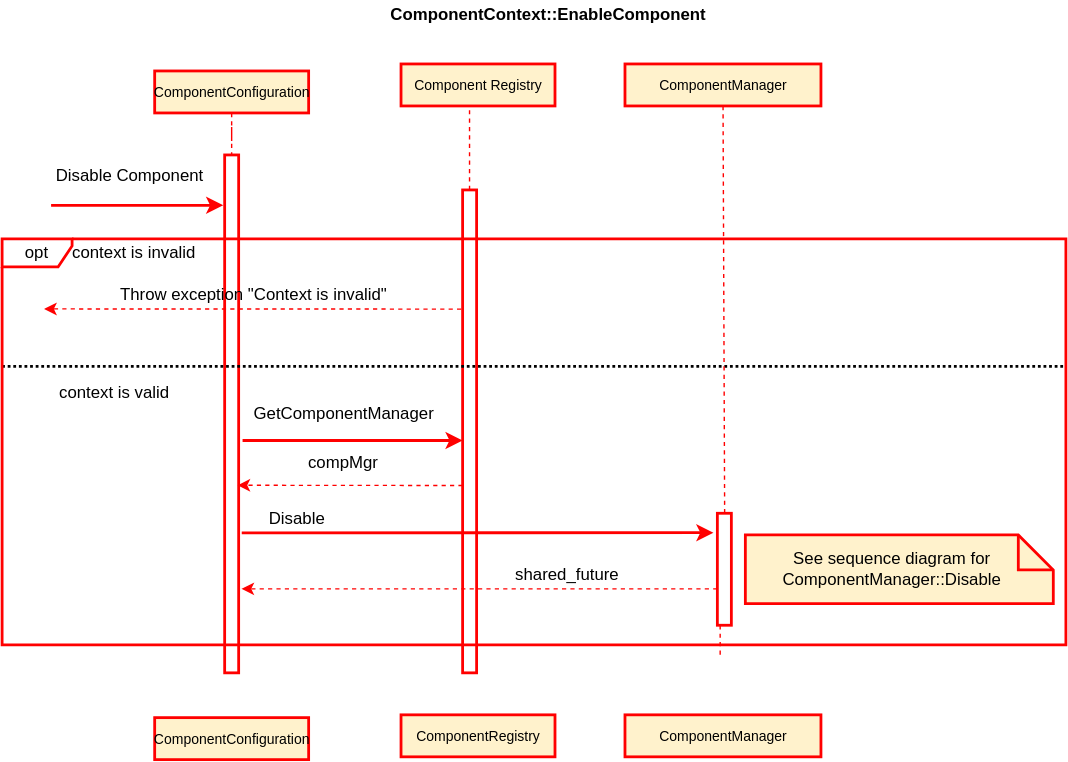
Earlier version of the draw.io export text/0003-declarative-services/ComponentContextDisableComponent.svg (CppMicroServices/rfcs). Source tidied: cells renumbered, new cells last; positions are measured from the earlier drawing's top-left corner, leaving out a move shared by most shapes. Its diagram source:
```xml
<mxGraphModel>
  <root>
    <mxCell id="0" />
    <mxCell id="1" parent="0" />
    <mxCell id="2" style="html=1;points=[];perimeter=orthogonalPerimeter;strokeWidth=2;strokeColor=#FF0000;" parent="1" vertex="1">
      <mxGeometry x="159" y="110" width="10" height="370" as="geometry" />
    </mxCell>
    <mxCell id="3" style="edgeStyle=orthogonalEdgeStyle;rounded=0;jettySize=auto;html=1;dashed=1;endArrow=none;endFill=0;strokeColor=#FF0000;strokeWidth=1;" parent="1" edge="1" source="4" target="2">
      <mxGeometry relative="1" as="geometry" />
    </mxCell>
    <mxCell id="4" value="&lt;span style=&quot;font-size: 10px&quot;&gt;ComponentConfiguration&lt;/span&gt;" style="html=1;strokeWidth=2;fillColor=#fff2cc;strokeColor=#FF0000;" parent="1" vertex="1">
      <mxGeometry x="109" y="50" width="110" height="30" as="geometry" />
    </mxCell>
    <mxCell id="5" value="&lt;font style=&quot;font-size: 12px&quot;&gt;&lt;b&gt;ComponentContext::EnableComponent&lt;br&gt;&lt;/b&gt;&lt;/font&gt;" style="text;html=1;align=center;verticalAlign=middle;fontSize=10;" parent="1" vertex="1">
      <mxGeometry x="270" width="240" height="20" as="geometry" />
    </mxCell>
    <mxCell id="6" value="&lt;font style=&quot;font-size: 10px&quot;&gt;Component Registry&lt;/font&gt;" style="html=1;strokeWidth=2;fontSize=10;fillColor=#fff2cc;strokeColor=#FF0000;" parent="1" vertex="1">
      <mxGeometry x="285" y="45" width="110" height="30" as="geometry" />
    </mxCell>
    <mxCell id="7" style="edgeStyle=none;rounded=0;jettySize=auto;html=1;dashed=1;startArrow=none;startFill=0;endArrow=none;endFill=0;strokeWidth=1;fontSize=10;strokeColor=#FF0000;" parent="1" edge="1" source="23">
      <mxGeometry relative="1" as="geometry">
        <mxPoint x="513" y="470" as="targetPoint" />
      </mxGeometry>
    </mxCell>
    <mxCell id="8" value="&lt;font style=&quot;font-size: 10px&quot;&gt;ComponentManager&lt;/font&gt;" style="html=1;strokeWidth=2;fontSize=10;fillColor=#fff2cc;strokeColor=#FF0000;" parent="1" vertex="1">
      <mxGeometry x="445" y="45" width="140" height="30" as="geometry" />
    </mxCell>
    <mxCell id="9" style="edgeStyle=orthogonalEdgeStyle;rounded=0;jettySize=auto;html=1;entryX=0.445;entryY=1;entryDx=0;entryDy=0;entryPerimeter=0;dashed=1;endArrow=none;endFill=0;strokeColor=#FF0000;strokeWidth=1;" parent="1" edge="1" target="6">
      <mxGeometry relative="1" as="geometry">
        <mxPoint x="334" y="225" as="sourcePoint" />
      </mxGeometry>
    </mxCell>
    <mxCell id="10" style="html=1;perimeter=orthogonalPerimeter;strokeWidth=2;strokeColor=#FF0000;" parent="1" vertex="1">
      <mxGeometry x="329" y="135" width="10" height="345" as="geometry" />
    </mxCell>
    <mxCell id="11" style="endArrow=classic;html=1;strokeColor=#FF0000;strokeWidth=2;" parent="1" edge="1">
      <mxGeometry relative="1" as="geometry">
        <mxPoint x="35" y="146" as="sourcePoint" />
        <mxPoint x="158" y="146" as="targetPoint" />
      </mxGeometry>
    </mxCell>
    <mxCell id="12" value="Disable Component" style="text;html=1;strokeColor=none;fillColor=none;align=center;verticalAlign=middle;whiteSpace=wrap;rounded=0;" parent="1" vertex="1">
      <mxGeometry x="33.5" y="115" width="115" height="20" as="geometry" />
    </mxCell>
    <mxCell id="13" style="endArrow=none;html=1;dashed=1;strokeWidth=2;dashPattern=1 1;" parent="1" edge="1">
      <mxGeometry relative="1" as="geometry">
        <mxPoint y="261" as="sourcePoint" />
        <mxPoint x="760" y="261" as="targetPoint" />
      </mxGeometry>
    </mxCell>
    <mxCell id="14" style="shape=note2;boundedLbl=1;whiteSpace=wrap;html=1;size=25;verticalAlign=top;align=center;strokeWidth=2;fillColor=#fff2cc;strokeColor=#FF0000;" parent="1" vertex="1">
      <mxGeometry x="531" y="381.5" width="220" height="49" as="geometry" />
    </mxCell>
    <mxCell id="15" value="See sequence diagram for ComponentManager::Disable" style="text;html=1;strokeColor=none;fillColor=none;align=center;verticalAlign=middle;whiteSpace=wrap;rounded=0;" parent="1" vertex="1">
      <mxGeometry x="551" y="396" width="170" height="20" as="geometry" />
    </mxCell>
    <mxCell id="16" value="&lt;span style=&quot;font-size: 10px&quot;&gt;ComponentConfiguration&lt;/span&gt;" style="html=1;strokeWidth=2;fillColor=#fff2cc;strokeColor=#FF0000;" parent="1" vertex="1">
      <mxGeometry x="109" y="512" width="110" height="30" as="geometry" />
    </mxCell>
    <mxCell id="17" value="&lt;font style=&quot;font-size: 10px&quot;&gt;ComponentRegistry&lt;/font&gt;" style="html=1;strokeWidth=2;fontSize=10;fillColor=#fff2cc;strokeColor=#FF0000;" parent="1" vertex="1">
      <mxGeometry x="285" y="510" width="110" height="30" as="geometry" />
    </mxCell>
    <mxCell id="18" value="&lt;font style=&quot;font-size: 10px&quot;&gt;ComponentManager&lt;/font&gt;" style="html=1;strokeWidth=2;fontSize=10;fillColor=#fff2cc;strokeColor=#FF0000;" parent="1" vertex="1">
      <mxGeometry x="445" y="510" width="140" height="30" as="geometry" />
    </mxCell>
    <mxCell id="19" value="context is invalid" style="text;html=1;strokeColor=none;fillColor=none;align=center;verticalAlign=middle;whiteSpace=wrap;rounded=0;" parent="1" vertex="1">
      <mxGeometry x="33.5" y="170" width="121" height="20" as="geometry" />
    </mxCell>
    <mxCell id="20" style="endArrow=classic;html=1;strokeColor=#FF0000;strokeWidth=1;entryX=1.04;entryY=0.236;entryDx=0;entryDy=0;entryPerimeter=0;exitX=0.12;exitY=0.187;exitDx=0;exitDy=0;exitPerimeter=0;dashed=1;" parent="1" edge="1">
      <mxGeometry relative="1" as="geometry">
        <mxPoint x="329" y="346.1" as="sourcePoint" />
        <mxPoint x="168.2" y="346" as="targetPoint" />
      </mxGeometry>
    </mxCell>
    <mxCell id="21" value="compMgr" style="text;html=1;strokeColor=none;fillColor=none;align=center;verticalAlign=middle;whiteSpace=wrap;rounded=0;" parent="1" vertex="1">
      <mxGeometry x="224" y="320" width="40" height="20" as="geometry" />
    </mxCell>
    <mxCell id="22" style="endArrow=classic;html=1;strokeColor=#FF0000;strokeWidth=2;entryX=-0.28;entryY=0.173;entryDx=0;entryDy=0;entryPerimeter=0;" parent="1" edge="1" target="23">
      <mxGeometry relative="1" as="geometry">
        <mxPoint x="171.2" y="380" as="sourcePoint" />
      </mxGeometry>
    </mxCell>
    <mxCell id="23" style="html=1;points=[];perimeter=orthogonalPerimeter;strokeWidth=2;strokeColor=#FF0000;" parent="1" vertex="1">
      <mxGeometry x="511" y="366" width="10" height="80" as="geometry" />
    </mxCell>
    <mxCell id="24" style="edgeStyle=none;rounded=0;jettySize=auto;html=1;dashed=1;startArrow=none;startFill=0;endArrow=none;endFill=0;strokeWidth=1;fontSize=10;entryX=0.52;entryY=-0.007;entryDx=0;entryDy=0;entryPerimeter=0;strokeColor=#FF0000;" parent="1" edge="1" source="8" target="23">
      <mxGeometry relative="1" as="geometry" />
    </mxCell>
    <mxCell id="25" value="Disable" style="text;html=1;strokeColor=none;fillColor=none;align=center;verticalAlign=middle;whiteSpace=wrap;rounded=0;" parent="1" vertex="1">
      <mxGeometry x="191" y="360" width="40" height="20" as="geometry" />
    </mxCell>
    <mxCell id="26" style="endArrow=classic;html=1;strokeColor=#FF0000;strokeWidth=1;exitX=0;exitY=0.675;exitDx=0;exitDy=0;exitPerimeter=0;dashed=1;" parent="1" edge="1" source="23">
      <mxGeometry relative="1" as="geometry">
        <mxPoint x="171" y="420" as="targetPoint" />
      </mxGeometry>
    </mxCell>
    <mxCell id="27" value="shared_future" style="text;html=1;strokeColor=none;fillColor=none;align=center;verticalAlign=middle;whiteSpace=wrap;rounded=0;" parent="1" vertex="1">
      <mxGeometry x="384" y="400" width="40" height="20" as="geometry" />
    </mxCell>
    <mxCell id="28" style="endArrow=classic;html=1;strokeColor=#FF0000;strokeWidth=2;entryX=-0.28;entryY=0.067;entryDx=0;entryDy=0;entryPerimeter=0;" parent="1" edge="1">
      <mxGeometry relative="1" as="geometry">
        <mxPoint x="171.8" y="314" as="sourcePoint" />
        <mxPoint x="329" y="314" as="targetPoint" />
        <Array as="points">
          <mxPoint x="211" y="314" />
          <mxPoint x="251" y="314" />
        </Array>
      </mxGeometry>
    </mxCell>
    <mxCell id="29" value="GetComponentManager" style="text;html=1;align=center;verticalAlign=middle;" parent="1" vertex="1">
      <mxGeometry x="174" y="285" width="140" height="20" as="geometry" />
    </mxCell>
    <mxCell id="30" style="endArrow=classic;html=1;strokeColor=#FF0000;strokeWidth=1;exitX=0.12;exitY=0.187;exitDx=0;exitDy=0;exitPerimeter=0;dashed=1;" parent="1" edge="1">
      <mxGeometry relative="1" as="geometry">
        <mxPoint x="328" y="220.1" as="sourcePoint" />
        <mxPoint x="30" y="220" as="targetPoint" />
      </mxGeometry>
    </mxCell>
    <mxCell id="31" value="Throw exception &quot;Context is invalid&quot;" style="text;html=1;strokeColor=none;fillColor=none;align=center;verticalAlign=middle;whiteSpace=wrap;rounded=0;" parent="1" vertex="1">
      <mxGeometry x="50" y="200" width="260" height="20" as="geometry" />
    </mxCell>
    <mxCell id="32" value="context is valid" style="text;html=1;strokeColor=none;fillColor=none;align=center;verticalAlign=middle;whiteSpace=wrap;rounded=0;" parent="1" vertex="1">
      <mxGeometry x="20" y="270" width="121" height="20" as="geometry" />
    </mxCell>
    <mxCell id="33" value="opt" style="shape=umlFrame;whiteSpace=wrap;html=1;strokeColor=#FF0000;strokeWidth=2;width=50;height=20;" parent="1" vertex="1">
      <mxGeometry y="170" width="760" height="290" as="geometry" />
    </mxCell>
  </root>
</mxGraphModel>
```
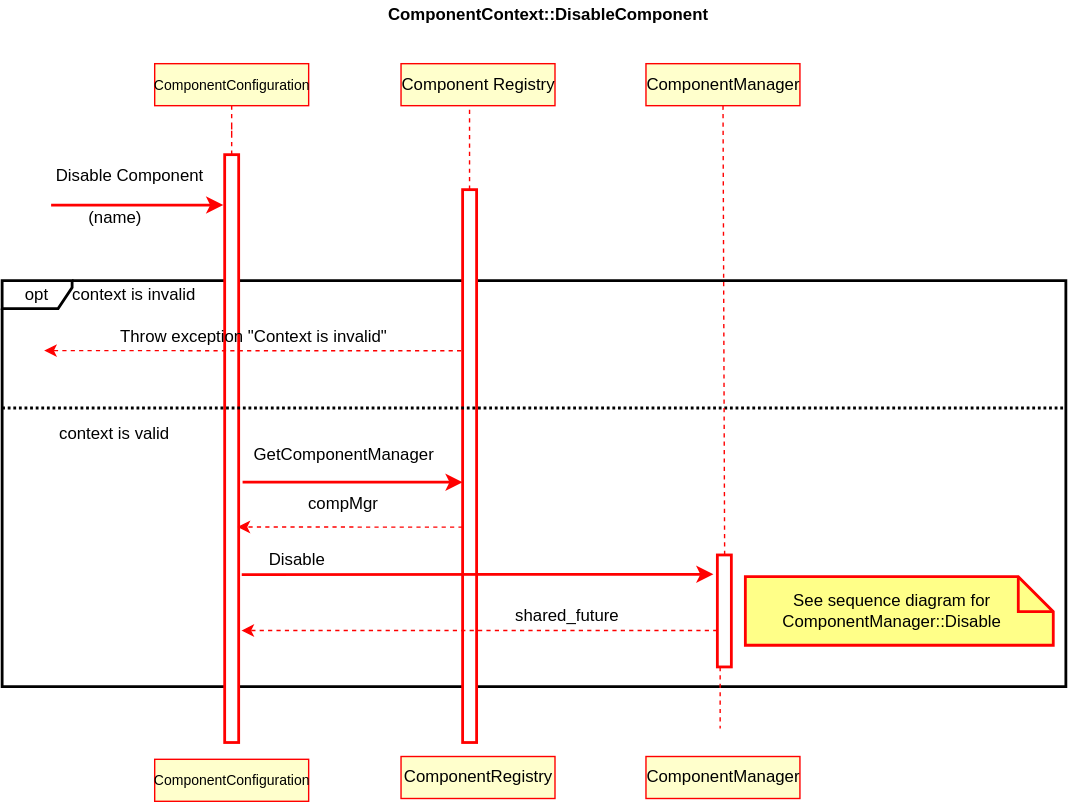
The same diagram one commit later.

The edit, as a diff of the source:
```diff
@@ -2,45 +2,48 @@
   <root>
     <mxCell id="0" />
     <mxCell id="1" parent="0" />
+    <mxCell id="33" value="opt" style="shape=umlFrame;whiteSpace=wrap;html=1;strokeWidth=2;width=50;height=20;" parent="1" vertex="1">
+      <mxGeometry y="170" width="760" height="290" as="geometry" />
+    </mxCell>
     <mxCell id="2" style="html=1;points=[];perimeter=orthogonalPerimeter;strokeWidth=2;strokeColor=#FF0000;" parent="1" vertex="1">
-      <mxGeometry x="159" y="110" width="10" height="370" as="geometry" />
+      <mxGeometry x="159" y="80" width="10" height="420" as="geometry" />
     </mxCell>
     <mxCell id="3" style="edgeStyle=orthogonalEdgeStyle;rounded=0;jettySize=auto;html=1;dashed=1;endArrow=none;endFill=0;strokeColor=#FF0000;strokeWidth=1;" parent="1" edge="1" source="4" target="2">
       <mxGeometry relative="1" as="geometry" />
     </mxCell>
-    <mxCell id="4" value="&lt;span style=&quot;font-size: 10px&quot;&gt;ComponentConfiguration&lt;/span&gt;" style="html=1;strokeWidth=2;fillColor=#fff2cc;strokeColor=#FF0000;" parent="1" vertex="1">
-      <mxGeometry x="109" y="50" width="110" height="30" as="geometry" />
+    <mxCell id="4" value="&lt;span style=&quot;font-size: 10px&quot;&gt;ComponentConfiguration&lt;/span&gt;" style="html=1;strokeWidth=1;strokeColor=#FF0000;fillColor=#FFFFCC;" parent="1" vertex="1">
+      <mxGeometry x="109" y="15" width="110" height="30" as="geometry" />
     </mxCell>
-    <mxCell id="5" value="&lt;font style=&quot;font-size: 12px&quot;&gt;&lt;b&gt;ComponentContext::EnableComponent&lt;br&gt;&lt;/b&gt;&lt;/font&gt;" style="text;html=1;align=center;verticalAlign=middle;fontSize=10;" parent="1" vertex="1">
-      <mxGeometry x="270" width="240" height="20" as="geometry" />
+    <mxCell id="5" value="&lt;font style=&quot;font-size: 12px&quot;&gt;&lt;b&gt;ComponentContext::DisableComponent&lt;br&gt;&lt;/b&gt;&lt;/font&gt;" style="text;html=1;align=center;verticalAlign=middle;fontSize=10;" parent="1" vertex="1">
+      <mxGeometry x="270" y="-30" width="240" height="20" as="geometry" />
     </mxCell>
-    <mxCell id="6" value="&lt;font style=&quot;font-size: 10px&quot;&gt;Component Registry&lt;/font&gt;" style="html=1;strokeWidth=2;fontSize=10;fillColor=#fff2cc;strokeColor=#FF0000;" parent="1" vertex="1">
-      <mxGeometry x="285" y="45" width="110" height="30" as="geometry" />
+    <mxCell id="6" value="&lt;font style=&quot;font-size: 12px;&quot;&gt;Component Registry&lt;/font&gt;" style="html=1;strokeWidth=1;fontSize=12;strokeColor=#FF0000;fillColor=#FFFFCC;" parent="1" vertex="1">
+      <mxGeometry x="285" y="15" width="110" height="30" as="geometry" />
     </mxCell>
     <mxCell id="7" style="edgeStyle=none;rounded=0;jettySize=auto;html=1;dashed=1;startArrow=none;startFill=0;endArrow=none;endFill=0;strokeWidth=1;fontSize=10;strokeColor=#FF0000;" parent="1" edge="1" source="23">
       <mxGeometry relative="1" as="geometry">
-        <mxPoint x="513" y="470" as="targetPoint" />
+        <mxPoint x="513" y="490" as="targetPoint" />
       </mxGeometry>
     </mxCell>
-    <mxCell id="8" value="&lt;font style=&quot;font-size: 10px&quot;&gt;ComponentManager&lt;/font&gt;" style="html=1;strokeWidth=2;fontSize=10;fillColor=#fff2cc;strokeColor=#FF0000;" parent="1" vertex="1">
-      <mxGeometry x="445" y="45" width="140" height="30" as="geometry" />
+    <mxCell id="8" value="&lt;font style=&quot;font-size: 12px;&quot;&gt;ComponentManager&lt;/font&gt;" style="html=1;strokeWidth=1;fontSize=12;strokeColor=#FF0000;fillColor=#FFFFCC;" parent="1" vertex="1">
+      <mxGeometry x="460" y="15" width="110" height="30" as="geometry" />
     </mxCell>
     <mxCell id="9" style="edgeStyle=orthogonalEdgeStyle;rounded=0;jettySize=auto;html=1;entryX=0.445;entryY=1;entryDx=0;entryDy=0;entryPerimeter=0;dashed=1;endArrow=none;endFill=0;strokeColor=#FF0000;strokeWidth=1;" parent="1" edge="1" target="6">
       <mxGeometry relative="1" as="geometry">
-        <mxPoint x="334" y="225" as="sourcePoint" />
+        <mxPoint x="334" y="195" as="sourcePoint" />
       </mxGeometry>
     </mxCell>
     <mxCell id="10" style="html=1;perimeter=orthogonalPerimeter;strokeWidth=2;strokeColor=#FF0000;" parent="1" vertex="1">
-      <mxGeometry x="329" y="135" width="10" height="345" as="geometry" />
+      <mxGeometry x="329" y="105" width="10" height="395" as="geometry" />
     </mxCell>
     <mxCell id="11" style="endArrow=classic;html=1;strokeColor=#FF0000;strokeWidth=2;" parent="1" edge="1">
       <mxGeometry relative="1" as="geometry">
-        <mxPoint x="35" y="146" as="sourcePoint" />
-        <mxPoint x="158" y="146" as="targetPoint" />
+        <mxPoint x="35" y="116" as="sourcePoint" />
+        <mxPoint x="158" y="116" as="targetPoint" />
       </mxGeometry>
     </mxCell>
     <mxCell id="12" value="Disable Component" style="text;html=1;strokeColor=none;fillColor=none;align=center;verticalAlign=middle;whiteSpace=wrap;rounded=0;" parent="1" vertex="1">
-      <mxGeometry x="33.5" y="115" width="115" height="20" as="geometry" />
+      <mxGeometry x="33.5" y="85" width="115" height="20" as="geometry" />
     </mxCell>
     <mxCell id="13" style="endArrow=none;html=1;dashed=1;strokeWidth=2;dashPattern=1 1;" parent="1" edge="1">
       <mxGeometry relative="1" as="geometry">
@@ -48,20 +51,20 @@
         <mxPoint x="760" y="261" as="targetPoint" />
       </mxGeometry>
     </mxCell>
-    <mxCell id="14" style="shape=note2;boundedLbl=1;whiteSpace=wrap;html=1;size=25;verticalAlign=top;align=center;strokeWidth=2;fillColor=#fff2cc;strokeColor=#FF0000;" parent="1" vertex="1">
+    <mxCell id="14" style="shape=note2;boundedLbl=1;whiteSpace=wrap;html=1;size=25;verticalAlign=top;align=center;strokeWidth=2;fillColor=#ffff88;strokeColor=#FF0000;" parent="1" vertex="1">
       <mxGeometry x="531" y="381.5" width="220" height="49" as="geometry" />
     </mxCell>
     <mxCell id="15" value="See sequence diagram for ComponentManager::Disable" style="text;html=1;strokeColor=none;fillColor=none;align=center;verticalAlign=middle;whiteSpace=wrap;rounded=0;" parent="1" vertex="1">
       <mxGeometry x="551" y="396" width="170" height="20" as="geometry" />
     </mxCell>
-    <mxCell id="16" value="&lt;span style=&quot;font-size: 10px&quot;&gt;ComponentConfiguration&lt;/span&gt;" style="html=1;strokeWidth=2;fillColor=#fff2cc;strokeColor=#FF0000;" parent="1" vertex="1">
+    <mxCell id="16" value="&lt;span style=&quot;font-size: 10px&quot;&gt;ComponentConfiguration&lt;/span&gt;" style="html=1;strokeWidth=1;strokeColor=#FF0000;fillColor=#FFFFCC;" parent="1" vertex="1">
       <mxGeometry x="109" y="512" width="110" height="30" as="geometry" />
     </mxCell>
-    <mxCell id="17" value="&lt;font style=&quot;font-size: 10px&quot;&gt;ComponentRegistry&lt;/font&gt;" style="html=1;strokeWidth=2;fontSize=10;fillColor=#fff2cc;strokeColor=#FF0000;" parent="1" vertex="1">
+    <mxCell id="17" value="&lt;font style=&quot;font-size: 12px;&quot;&gt;ComponentRegistry&lt;/font&gt;" style="html=1;strokeWidth=1;fontSize=12;strokeColor=#FF0000;fillColor=#FFFFCC;" parent="1" vertex="1">
       <mxGeometry x="285" y="510" width="110" height="30" as="geometry" />
     </mxCell>
-    <mxCell id="18" value="&lt;font style=&quot;font-size: 10px&quot;&gt;ComponentManager&lt;/font&gt;" style="html=1;strokeWidth=2;fontSize=10;fillColor=#fff2cc;strokeColor=#FF0000;" parent="1" vertex="1">
-      <mxGeometry x="445" y="510" width="140" height="30" as="geometry" />
+    <mxCell id="18" value="&lt;font style=&quot;font-size: 12px;&quot;&gt;ComponentManager&lt;/font&gt;" style="html=1;strokeWidth=1;fontSize=12;strokeColor=#FF0000;fillColor=#FFFFCC;" parent="1" vertex="1">
+      <mxGeometry x="460" y="510" width="110" height="30" as="geometry" />
     </mxCell>
     <mxCell id="19" value="context is invalid" style="text;html=1;strokeColor=none;fillColor=none;align=center;verticalAlign=middle;whiteSpace=wrap;rounded=0;" parent="1" vertex="1">
       <mxGeometry x="33.5" y="170" width="121" height="20" as="geometry" />
@@ -122,8 +125,8 @@
     <mxCell id="32" value="context is valid" style="text;html=1;strokeColor=none;fillColor=none;align=center;verticalAlign=middle;whiteSpace=wrap;rounded=0;" parent="1" vertex="1">
       <mxGeometry x="20" y="270" width="121" height="20" as="geometry" />
     </mxCell>
-    <mxCell id="33" value="opt" style="shape=umlFrame;whiteSpace=wrap;html=1;strokeColor=#FF0000;strokeWidth=2;width=50;height=20;" parent="1" vertex="1">
-      <mxGeometry y="170" width="760" height="290" as="geometry" />
-    </mxCell>
+    <mxCell id="34" value="(name)" style="text;html=1;strokeColor=none;fillColor=none;align=center;verticalAlign=middle;whiteSpace=wrap;rounded=0;" parent="1" vertex="1">
+      <mxGeometry x="60.5" y="110" width="40" height="30" as="geometry" />
+    </mxCell>
   </root>
 </mxGraphModel>
```
